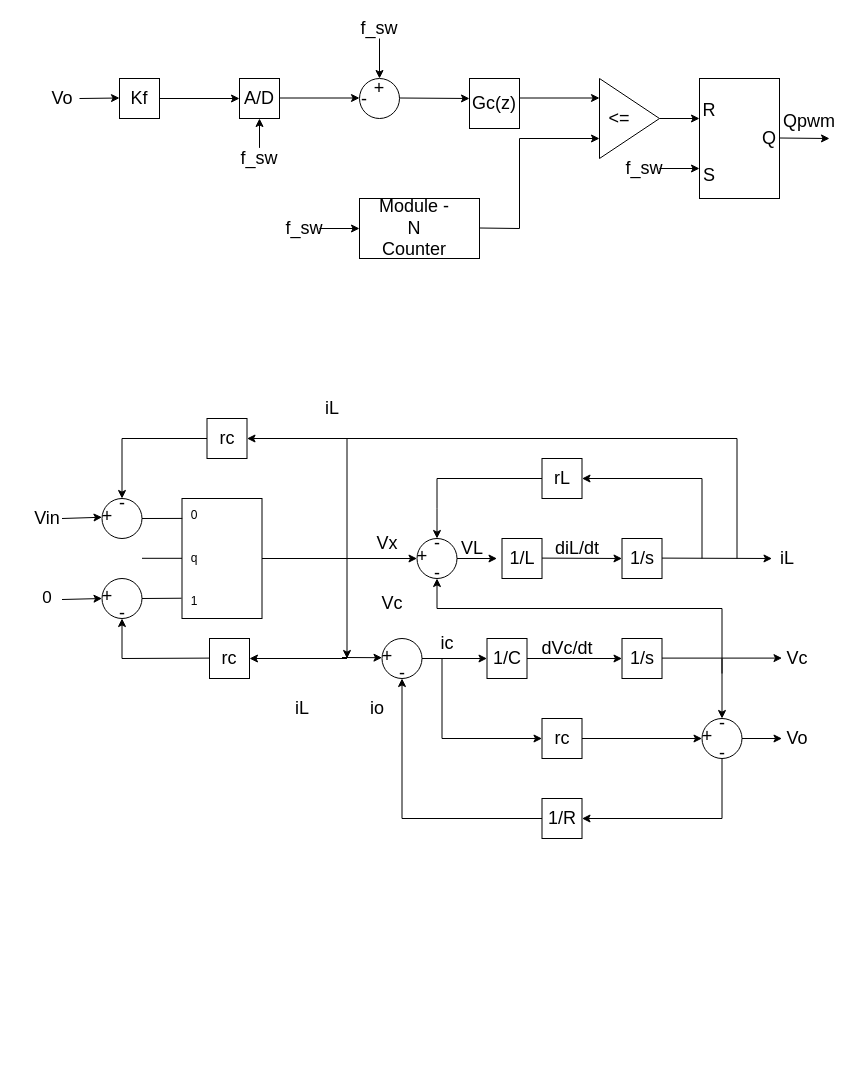
This is Untitled Diagram.drawio from CodeWithManojkumar/ADCs, a draw.io file, before an edit. Source tidied: cells renumbered, new cells numbered last; positions are measured from the earlier drawing's top-left corner, leaving out a move shared by most shapes. Both pictures are drawn from the tidied source at 100%, with x=0, y=0 at pixel (16, 18).
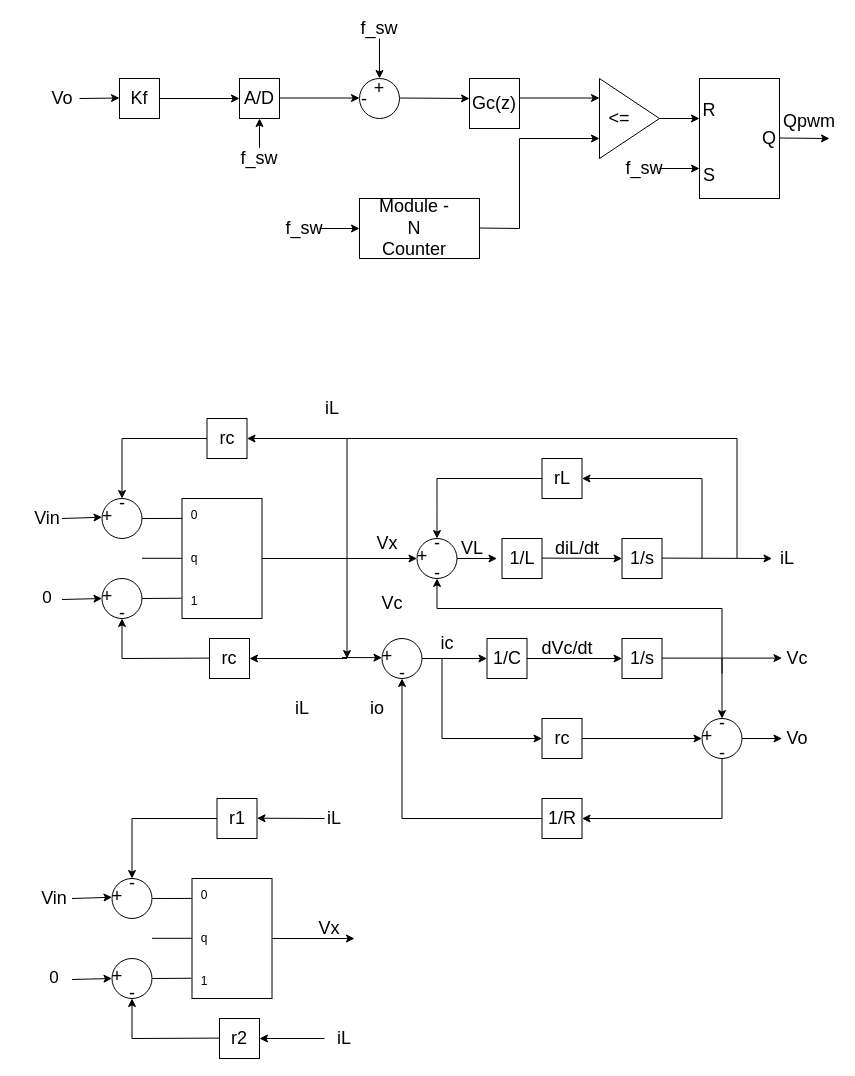
The same diagram, later.

What changed in the source:
```diff
@@
+    <mxCell id="116" value="iL" style="text;strokeColor=none;align=center;fillColor=none;html=1;verticalAlign=middle;whiteSpace=wrap;rounded=0;fontFamily=palatino;fontSize=18;" parent="1" vertex="1">
+      <mxGeometry x="313" y="1010" width="30" height="20" as="geometry" />
+    </mxCell>
+    <mxCell id="117" style="rounded=0;whiteSpace=wrap;html=1;fontFamily=palatino;" parent="1" vertex="1">
+      <mxGeometry x="175.5" y="860" width="80" height="120" as="geometry" />
+    </mxCell>
+    <mxCell id="118" style="ellipse;whiteSpace=wrap;html=1;fontFamily=palatino;fontSize=18;" parent="1" vertex="1">
+      <mxGeometry x="95.5" y="860" width="40" height="40" as="geometry" />
+    </mxCell>
+    <mxCell id="119" value="-" style="text;strokeColor=none;align=center;fillColor=none;html=1;verticalAlign=middle;whiteSpace=wrap;rounded=0;fontSize=18;fontFamily=palatino;" parent="1" vertex="1">
+      <mxGeometry x="105.5" y="860" width="20" height="10" as="geometry" />
+    </mxCell>
+    <mxCell id="120" value="+" style="text;strokeColor=none;align=center;fillColor=none;html=1;verticalAlign=middle;whiteSpace=wrap;rounded=0;fontSize=18;fontFamily=palatino;" parent="1" vertex="1">
+      <mxGeometry x="95.5" y="875" width="10" height="5" as="geometry" />
+    </mxCell>
+    <mxCell id="121" style="ellipse;whiteSpace=wrap;html=1;fontFamily=palatino;fontSize=18;" parent="1" vertex="1">
+      <mxGeometry x="95.5" y="940" width="40" height="40" as="geometry" />
+    </mxCell>
+    <mxCell id="122" value="-" style="text;strokeColor=none;align=center;fillColor=none;html=1;verticalAlign=middle;whiteSpace=wrap;rounded=0;fontSize=18;fontFamily=palatino;" parent="1" vertex="1">
+      <mxGeometry x="105.5" y="970" width="20" height="10" as="geometry" />
+    </mxCell>
+    <mxCell id="123" value="+" style="text;strokeColor=none;align=center;fillColor=none;html=1;verticalAlign=middle;whiteSpace=wrap;rounded=0;fontSize=18;fontFamily=palatino;" parent="1" vertex="1">
+      <mxGeometry x="95.5" y="955" width="10" height="5" as="geometry" />
+    </mxCell>
+    <mxCell id="124" style="endArrow=none;html=1;rounded=0;exitX=1;exitY=0.5;exitDx=0;exitDy=0;entryX=0.003;entryY=0.166;entryDx=0;entryDy=0;entryPerimeter=0;fontFamily=palatino;" parent="1" edge="1" source="118" target="117">
+      <mxGeometry relative="1" as="geometry" />
+    </mxCell>
+    <mxCell id="125" style="endArrow=none;html=1;rounded=0;exitX=1;exitY=0.5;exitDx=0;exitDy=0;entryX=-0.006;entryY=0.831;entryDx=0;entryDy=0;entryPerimeter=0;fontFamily=palatino;" parent="1" edge="1" target="117">
+      <mxGeometry relative="1" as="geometry">
+        <mxPoint x="135.5" y="960" as="sourcePoint" />
+      </mxGeometry>
+    </mxCell>
+    <mxCell id="126" style="endArrow=none;html=1;rounded=0;exitX=1;exitY=0.5;exitDx=0;exitDy=0;entryX=0.003;entryY=0.166;entryDx=0;entryDy=0;entryPerimeter=0;fontFamily=palatino;" parent="1" edge="1">
+      <mxGeometry relative="1" as="geometry">
+        <mxPoint x="135.5" y="919.8" as="sourcePoint" />
+        <mxPoint x="175.5" y="919.8" as="targetPoint" />
+      </mxGeometry>
+    </mxCell>
+    <mxCell id="127" style="whiteSpace=wrap;html=1;fontFamily=palatino;fontSize=18;" parent="1" vertex="1">
+      <mxGeometry x="200.5" y="780" width="40" height="40" as="geometry" />
+    </mxCell>
+    <mxCell id="128" value="r1" style="text;strokeColor=none;align=center;fillColor=none;html=1;verticalAlign=middle;whiteSpace=wrap;rounded=0;fontFamily=palatino;fontSize=18;" parent="1" vertex="1">
+      <mxGeometry x="205.5" y="790" width="30" height="20" as="geometry" />
+    </mxCell>
+    <mxCell id="129" value="iL" style="text;strokeColor=none;align=center;fillColor=none;html=1;verticalAlign=middle;whiteSpace=wrap;rounded=0;fontFamily=palatino;fontSize=18;" parent="1" vertex="1">
+      <mxGeometry x="303" y="790" width="30" height="20" as="geometry" />
+    </mxCell>
+    <mxCell id="130" style="whiteSpace=wrap;html=1;fontFamily=palatino;fontSize=18;" parent="1" vertex="1">
+      <mxGeometry x="203" y="1000" width="40" height="40" as="geometry" />
+    </mxCell>
+    <mxCell id="131" value="r2" style="text;strokeColor=none;align=center;fillColor=none;html=1;verticalAlign=middle;whiteSpace=wrap;rounded=0;fontFamily=palatino;fontSize=18;" parent="1" vertex="1">
+      <mxGeometry x="208" y="1010" width="30" height="20" as="geometry" />
+    </mxCell>
+    <mxCell id="132" style="endArrow=classic;html=1;rounded=0;fontFamily=palatino;fontSize=18;entryX=1;entryY=0.5;entryDx=0;entryDy=0;" parent="1" edge="1" target="130">
+      <mxGeometry relative="1" as="geometry">
+        <mxPoint x="308" y="1020" as="sourcePoint" />
+      </mxGeometry>
+    </mxCell>
+    <mxCell id="133" style="endArrow=classic;html=1;rounded=0;fontFamily=palatino;fontSize=18;entryX=0.5;entryY=0;entryDx=0;entryDy=0;exitX=0;exitY=0.5;exitDx=0;exitDy=0;" parent="1" edge="1" source="127" target="119">
+      <mxGeometry relative="1" as="geometry">
+        <Array as="points">
+          <mxPoint x="160.5" y="800" />
+          <mxPoint x="115.5" y="800" />
+        </Array>
+      </mxGeometry>
+    </mxCell>
+    <mxCell id="134" style="endArrow=classic;html=1;rounded=0;fontFamily=palatino;fontSize=18;exitX=0;exitY=0.5;exitDx=0;exitDy=0;entryX=0.5;entryY=1;entryDx=0;entryDy=0;" parent="1" edge="1" target="122">
+      <mxGeometry relative="1" as="geometry">
+        <mxPoint x="203" y="1019.6" as="sourcePoint" />
+        <Array as="points">
+          <mxPoint x="115.5" y="1020" />
+        </Array>
+      </mxGeometry>
+    </mxCell>
+    <mxCell id="135" style="endArrow=classic;html=1;rounded=0;entryX=0;entryY=0.75;entryDx=0;entryDy=0;fontFamily=palatino;" parent="1" edge="1" target="120">
+      <mxGeometry relative="1" as="geometry">
+        <mxPoint x="55.5" y="880" as="sourcePoint" />
+      </mxGeometry>
+    </mxCell>
+    <mxCell id="136" style="endArrow=classic;html=1;rounded=0;entryX=0;entryY=0.75;entryDx=0;entryDy=0;fontFamily=palatino;" parent="1" edge="1">
+      <mxGeometry relative="1" as="geometry">
+        <mxPoint x="55.5" y="961" as="sourcePoint" />
+        <mxPoint x="95.5" y="960" as="targetPoint" />
+      </mxGeometry>
+    </mxCell>
+    <mxCell id="137" value="0&lt;div&gt;&lt;br&gt;&lt;/div&gt;&lt;div&gt;&lt;br&gt;&lt;/div&gt;&lt;div&gt;q&lt;/div&gt;&lt;div&gt;&lt;br&gt;&lt;/div&gt;&lt;div&gt;&lt;br&gt;&lt;/div&gt;&lt;div&gt;1&lt;/div&gt;" style="text;strokeColor=none;align=center;fillColor=none;html=1;verticalAlign=middle;whiteSpace=wrap;rounded=0;fontFamily=palatino;" parent="1" vertex="1">
+      <mxGeometry x="158" y="905" width="60" height="30" as="geometry" />
+    </mxCell>
+    <mxCell id="138" style="endArrow=classic;html=1;rounded=0;fontFamily=palatino;fontSize=18;entryX=1;entryY=0.5;entryDx=0;entryDy=0;" parent="1" edge="1">
+      <mxGeometry relative="1" as="geometry">
+        <mxPoint x="308" y="800" as="sourcePoint" />
+        <mxPoint x="240.5" y="799.7" as="targetPoint" />
+      </mxGeometry>
+    </mxCell>
+    <mxCell id="139" value="Vin" style="text;strokeColor=none;align=center;fillColor=none;html=1;verticalAlign=middle;whiteSpace=wrap;rounded=0;fontFamily=palatino;fontSize=18;" parent="1" vertex="1">
+      <mxGeometry x="23" y="870" width="30" height="20" as="geometry" />
+    </mxCell>
+    <mxCell id="140" value="&lt;font style=&quot;font-size: 17px;&quot; face=&quot;palatino&quot;&gt;0&lt;/font&gt;" style="text;strokeColor=none;align=center;fillColor=none;html=1;verticalAlign=middle;whiteSpace=wrap;rounded=0;" parent="1" vertex="1">
+      <mxGeometry x="8" y="945" width="60" height="30" as="geometry" />
+    </mxCell>
+    <mxCell id="141" style="endArrow=classic;html=1;rounded=0;fontFamily=palatino;fontSize=18;exitX=1;exitY=0.5;exitDx=0;exitDy=0;" parent="1" edge="1" source="117">
+      <mxGeometry relative="1" as="geometry">
+        <mxPoint x="338" y="920" as="targetPoint" />
+      </mxGeometry>
+    </mxCell>
+    <mxCell id="142" value="Vx" style="text;strokeColor=none;align=center;fillColor=none;html=1;verticalAlign=middle;whiteSpace=wrap;rounded=0;fontFamily=palatino;fontSize=18;" parent="1" vertex="1">
+      <mxGeometry x="298" y="900" width="30" height="20" as="geometry" />
+    </mxCell>
```
